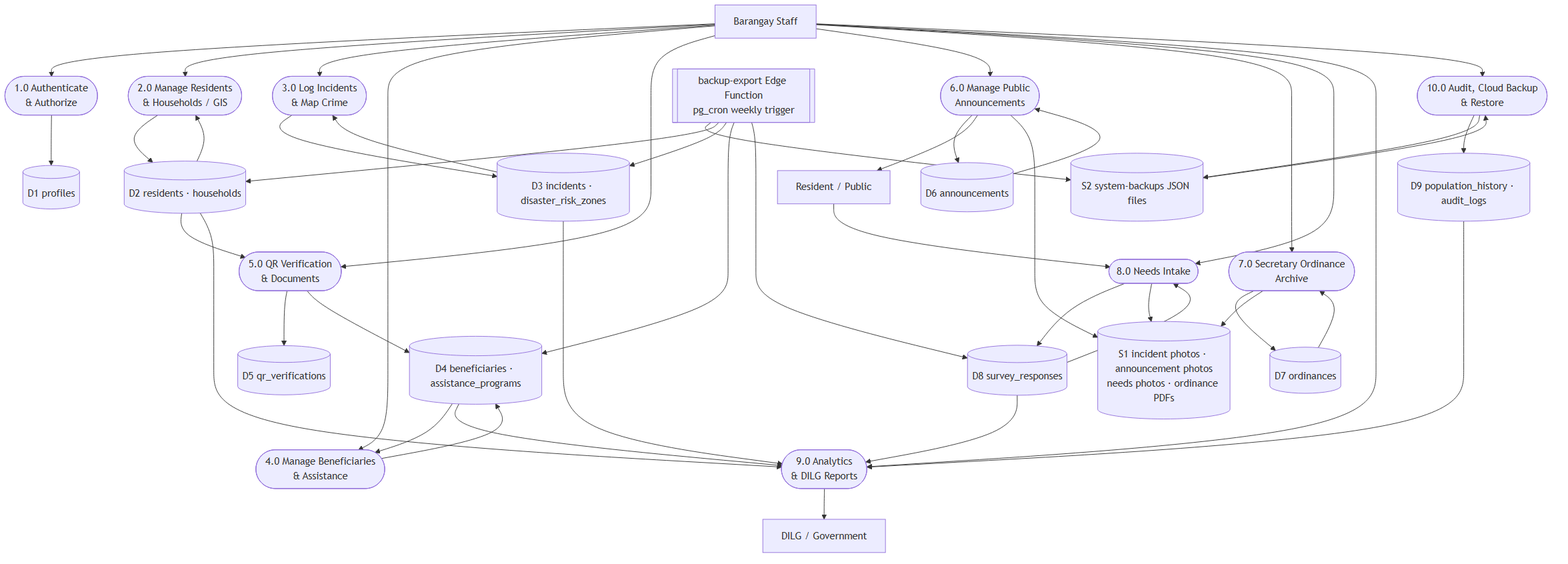
Above: diagrams/dfd_level1.png in KellyEspera/protect (Mermaid), before the change. Its source is kept beside it as diagrams/dfd_level1.mmd.
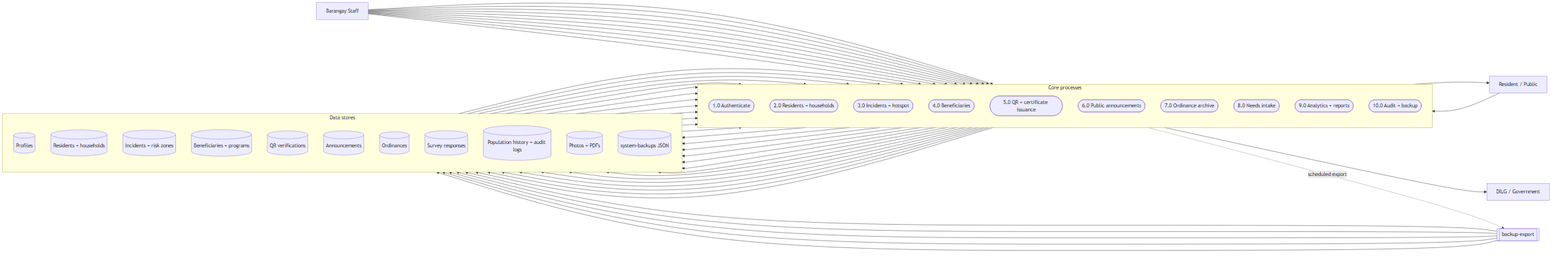
Later version of the same file.

Change to the diagram source:
```diff
@@ -1,31 +1,36 @@
-flowchart TD
+flowchart LR
     Staff[Barangay Staff]
+    Public[Resident / Public]
     DILG[DILG / Government]
-    Public[Resident / Public]
 
-    P1([1.0 Authenticate<br/>& Authorize])
-    P2([2.0 Manage Residents<br/>& Households / GIS])
-    P3([3.0 Log Incidents<br/>& Map Crime])
-    P4([4.0 Manage Beneficiaries<br/>& Assistance])
-    P5([5.0 QR Verification<br/>& Documents])
-    P6([6.0 Manage Public<br/>Announcements])
-    P7([7.0 Secretary Ordinance<br/>Archive])
-    P8([8.0 Needs Intake])
-    P9([9.0 Analytics<br/>& DILG Reports])
-    P10([10.0 Audit, Cloud Backup<br/>& Restore])
+    subgraph Processes[Core processes]
+        direction TB
+        P1([1.0 Authenticate])
+        P2([2.0 Residents + households])
+        P3([3.0 Incidents + hotspot])
+        P4([4.0 Beneficiaries])
+        P5([5.0 QR + certificate issuance])
+        P6([6.0 Public announcements])
+        P7([7.0 Ordinance archive])
+        P8([8.0 Needs intake])
+        P9([9.0 Analytics + reports])
+        P10([10.0 Audit + backup])
+    end
 
-    D1[(D1 profiles)]
-    D2[(D2 residents · households)]
-    D3[(D3 incidents · disaster_risk_zones)]
-    D4[(D4 beneficiaries · assistance_programs)]
-    D5[(D5 qr_verifications)]
-    D6[(D6 announcements)]
-    D7[(D7 ordinances)]
-    D8[(D8 survey_responses)]
-    D9[(D9 population_history · audit_logs)]
-    S1[(S1 incident photos · announcement photos<br/>needs photos · ordinance PDFs)]
-    S2[(S2 system-backups JSON files)]
-    F1[[backup-export Edge Function<br/>pg_cron weekly trigger]]
+    subgraph Stores[Data stores]
+        direction TB
+        D1[(Profiles)]
+        D2[(Residents + households)]
+        D3[(Incidents + risk zones)]
+        D4[(Beneficiaries + programs)]
+        D5[(QR verifications)]
+        D6[(Announcements)]
+        D7[(Ordinances)]
+        D8[(Survey responses)]
+        D9[(Population history + audit logs)]
+        S1[(Photos + PDFs)]
+        S2[(system-backups JSON)]
+    end
 
     Staff --> P1
     P1 --> D1
@@ -50,8 +55,8 @@
     Staff --> P6
     P6 --> D6
     D6 --> P6
+    P6 --> S1
     P6 --> Public
-    P6 --> S1
 
     Staff --> P7
     P7 --> D7
@@ -76,6 +81,8 @@
     P10 --> D9
     P10 --> S2
     S2 --> P10
+
+    P10 -. scheduled export .-> F1[[backup-export]]
     F1 --> S2
     F1 --> D2
     F1 --> D3
```
